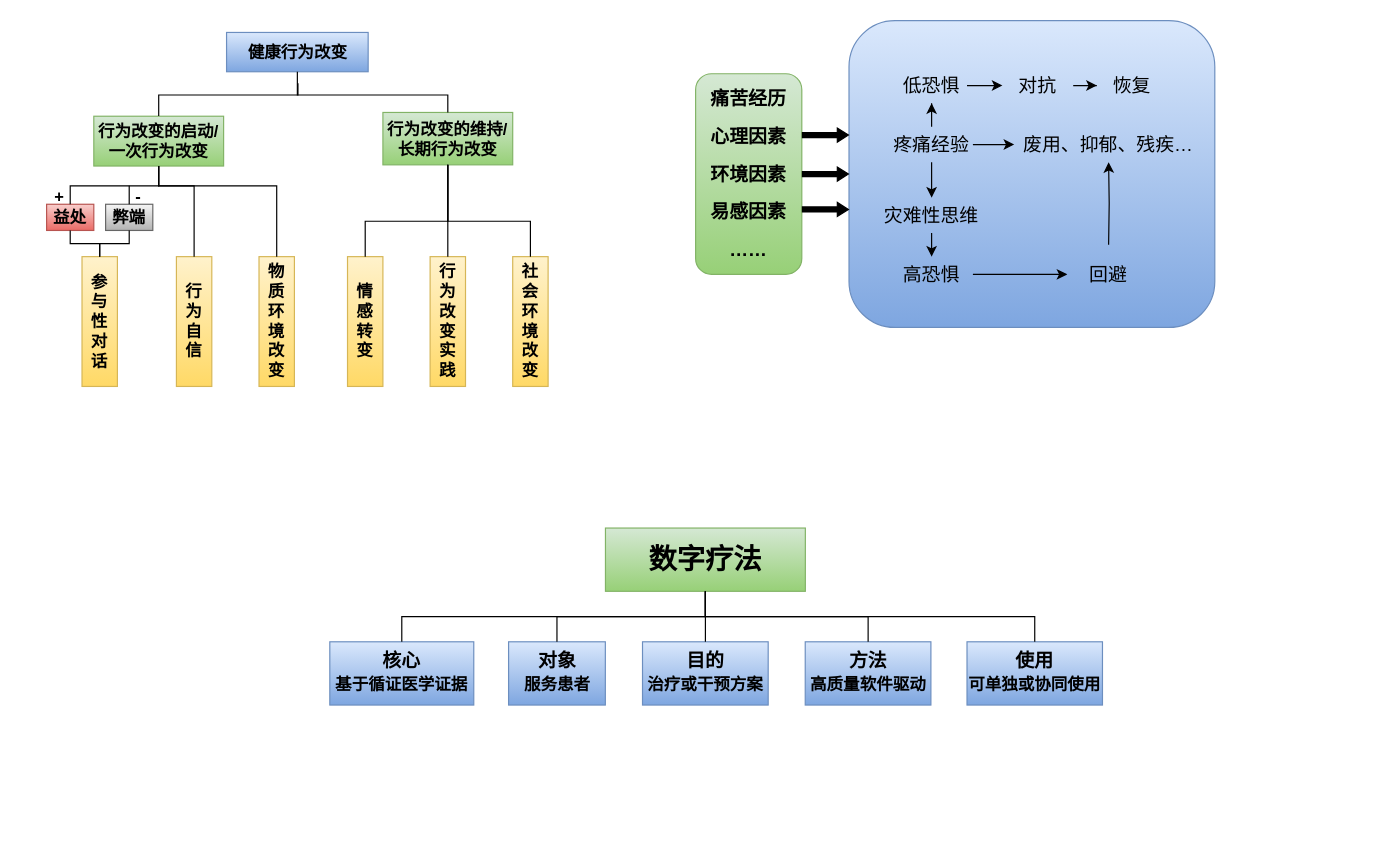
Before: page "第 1 页" (1 of 5) of t1.drawio in p1o2p3u1/draw_io_diagram, a draw.io diagram. Source tidied: cells renumbered, new cells numbered last; positions are measured from the earlier drawing's top-left corner, leaving out a move shared by most shapes. Both pictures are drawn from the tidied source at 118%, with x=0, y=0 at pixel (33, 20).
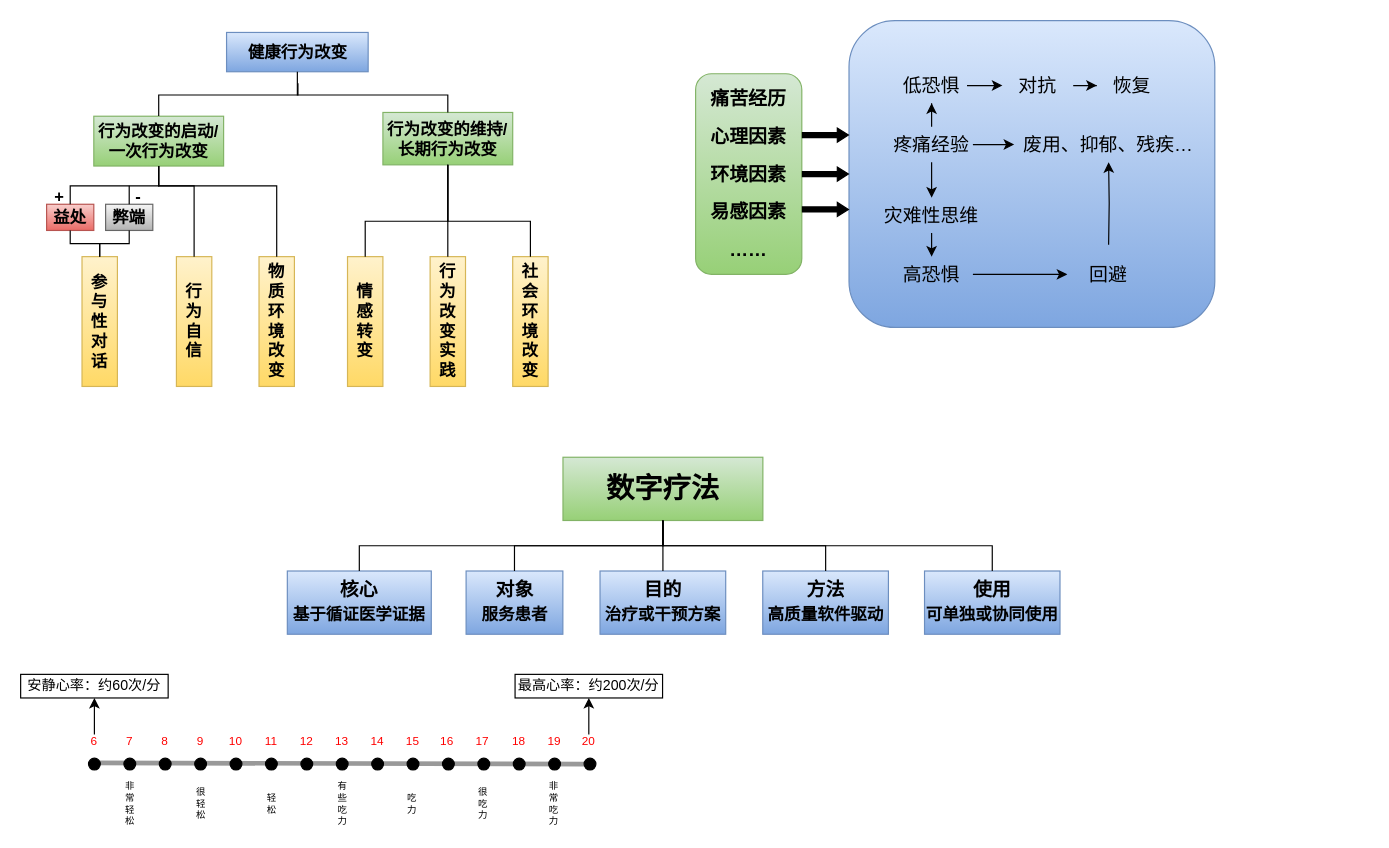
The same diagram, later.

The edit, as a diff of the source:
```diff
@@
     <mxCell id="47" style="group;" parent="1" vertex="1">
-      <mxGeometry x="101" y="390" width="1030" height="190" as="geometry" />
+      <mxGeometry x="65" y="330" width="1030" height="190" as="geometry" />
     </mxCell>
@@
+    <mxCell id="62" style="group;" parent="1" vertex="1">
+      <mxGeometry x="-11" y="554" width="544" height="130" as="geometry" />
+    </mxCell>
+    <mxCell id="63" style="endArrow=none;html=1;rounded=0;strokeWidth=4;fillColor=#f5f5f5;strokeColor=#999999;entryX=0.5;entryY=1;entryDx=0;entryDy=0;" parent="62" edge="1" target="89">
+      <mxGeometry relative="1" as="geometry">
+        <mxPoint x="59.5" y="75" as="sourcePoint" />
+      </mxGeometry>
+    </mxCell>
+    <mxCell id="64" value="安静心率：约60次/分" style="rounded=0;whiteSpace=wrap;html=1;" parent="62" vertex="1">
+      <mxGeometry width="125" height="20" as="geometry" />
+    </mxCell>
+    <mxCell id="65" style="edgeStyle=orthogonalEdgeStyle;rounded=0;jettySize=auto;html=1;" parent="62" edge="1" source="90" target="64">
+      <mxGeometry relative="1" as="geometry" />
+    </mxCell>
+    <mxCell id="66" value="最高心率：约200次/分" style="rounded=0;whiteSpace=wrap;html=1;" parent="62" vertex="1">
+      <mxGeometry x="419" width="125" height="20" as="geometry" />
+    </mxCell>
+    <mxCell id="67" style="edgeStyle=orthogonalEdgeStyle;rounded=0;jettySize=auto;html=1;" parent="62" edge="1" source="104" target="66">
+      <mxGeometry relative="1" as="geometry" />
+    </mxCell>
+    <mxCell id="68" value="非&lt;br style=&quot;font-size: 8px;&quot;&gt;常&lt;br style=&quot;font-size: 8px;&quot;&gt;轻&lt;br style=&quot;font-size: 8px;&quot;&gt;松" style="text;html=1;strokeColor=none;fillColor=none;align=center;verticalAlign=middle;whiteSpace=wrap;rounded=0;fontSize=8;" parent="62" vertex="1">
+      <mxGeometry x="87.5" y="90" width="10" height="40" as="geometry" />
+    </mxCell>
+    <mxCell id="69" value="很&lt;br style=&quot;font-size: 8px;&quot;&gt;轻&lt;br style=&quot;font-size: 8px;&quot;&gt;松" style="text;html=1;strokeColor=none;fillColor=none;align=center;verticalAlign=middle;whiteSpace=wrap;rounded=0;fontSize=8;" parent="62" vertex="1">
+      <mxGeometry x="147.5" y="90" width="10" height="40" as="geometry" />
+    </mxCell>
+    <mxCell id="70" value="轻&lt;br style=&quot;font-size: 8px;&quot;&gt;松" style="text;html=1;strokeColor=none;fillColor=none;align=center;verticalAlign=middle;whiteSpace=wrap;rounded=0;fontSize=8;" parent="62" vertex="1">
+      <mxGeometry x="207.5" y="90" width="10" height="40" as="geometry" />
+    </mxCell>
+    <mxCell id="71" value="有些吃力" style="text;html=1;strokeColor=none;fillColor=none;align=center;verticalAlign=middle;whiteSpace=wrap;rounded=0;fontSize=8;" parent="62" vertex="1">
+      <mxGeometry x="267.5" y="90" width="10" height="40" as="geometry" />
+    </mxCell>
+    <mxCell id="72" value="吃力" style="text;html=1;strokeColor=none;fillColor=none;align=center;verticalAlign=middle;whiteSpace=wrap;rounded=0;fontSize=8;" parent="62" vertex="1">
+      <mxGeometry x="326.5" y="90" width="10" height="40" as="geometry" />
+    </mxCell>
+    <mxCell id="73" value="很吃力" style="text;html=1;strokeColor=none;fillColor=none;align=center;verticalAlign=middle;whiteSpace=wrap;rounded=0;fontSize=8;" parent="62" vertex="1">
+      <mxGeometry x="386.5" y="90" width="10" height="40" as="geometry" />
+    </mxCell>
+    <mxCell id="74" value="非常吃力" style="text;html=1;strokeColor=none;fillColor=none;align=center;verticalAlign=middle;whiteSpace=wrap;rounded=0;fontSize=8;" parent="62" vertex="1">
+      <mxGeometry x="446.5" y="90" width="10" height="40" as="geometry" />
+    </mxCell>
+    <mxCell id="75" style="ellipse;whiteSpace=wrap;html=1;fillColor=#000000;direction=south;flipH=1;flipV=1;fontSize=10;" parent="62" vertex="1">
+      <mxGeometry x="57.5" y="71" width="10" height="10" as="geometry" />
+    </mxCell>
+    <mxCell id="76" style="ellipse;whiteSpace=wrap;html=1;fillColor=#000000;direction=south;flipH=1;flipV=1;fontSize=10;" parent="62" vertex="1">
+      <mxGeometry x="87.5" y="71" width="10" height="10" as="geometry" />
+    </mxCell>
+    <mxCell id="77" style="ellipse;whiteSpace=wrap;html=1;fillColor=#000000;direction=south;flipH=1;flipV=1;fontSize=10;" parent="62" vertex="1">
+      <mxGeometry x="117.5" y="71" width="10" height="10" as="geometry" />
+    </mxCell>
+    <mxCell id="78" style="ellipse;whiteSpace=wrap;html=1;fillColor=#000000;direction=south;flipH=1;flipV=1;fontSize=10;" parent="62" vertex="1">
+      <mxGeometry x="147.5" y="71" width="10" height="10" as="geometry" />
+    </mxCell>
+    <mxCell id="79" style="ellipse;whiteSpace=wrap;html=1;fillColor=#000000;direction=south;flipH=1;flipV=1;fontSize=10;" parent="62" vertex="1">
+      <mxGeometry x="177.5" y="71" width="10" height="10" as="geometry" />
+    </mxCell>
+    <mxCell id="80" style="ellipse;whiteSpace=wrap;html=1;fillColor=#000000;direction=south;flipH=1;flipV=1;fontSize=10;" parent="62" vertex="1">
+      <mxGeometry x="207.5" y="71" width="10" height="10" as="geometry" />
+    </mxCell>
+    <mxCell id="81" style="ellipse;whiteSpace=wrap;html=1;fillColor=#000000;direction=south;flipH=1;flipV=1;fontSize=10;" parent="62" vertex="1">
+      <mxGeometry x="237.5" y="71" width="10" height="10" as="geometry" />
+    </mxCell>
+    <mxCell id="82" style="ellipse;whiteSpace=wrap;html=1;fillColor=#000000;direction=south;flipH=1;flipV=1;fontSize=10;" parent="62" vertex="1">
+      <mxGeometry x="297.5" y="71" width="10" height="10" as="geometry" />
+    </mxCell>
+    <mxCell id="83" style="ellipse;whiteSpace=wrap;html=1;fillColor=#000000;direction=south;flipH=1;flipV=1;fontSize=10;" parent="62" vertex="1">
+      <mxGeometry x="267.5" y="71" width="10" height="10" as="geometry" />
+    </mxCell>
+    <mxCell id="84" style="ellipse;whiteSpace=wrap;html=1;fillColor=#000000;direction=south;flipH=1;flipV=1;fontSize=10;" parent="62" vertex="1">
+      <mxGeometry x="327.5" y="71" width="10" height="10" as="geometry" />
+    </mxCell>
+    <mxCell id="85" style="ellipse;whiteSpace=wrap;html=1;fillColor=#000000;direction=south;flipH=1;flipV=1;fontSize=10;" parent="62" vertex="1">
+      <mxGeometry x="357.5" y="71" width="10" height="10" as="geometry" />
+    </mxCell>
+    <mxCell id="86" style="ellipse;whiteSpace=wrap;html=1;fillColor=#000000;direction=south;flipH=1;flipV=1;fontSize=10;" parent="62" vertex="1">
+      <mxGeometry x="387.5" y="71" width="10" height="10" as="geometry" />
+    </mxCell>
+    <mxCell id="87" style="ellipse;whiteSpace=wrap;html=1;fillColor=#000000;direction=south;flipH=1;flipV=1;fontSize=10;" parent="62" vertex="1">
+      <mxGeometry x="417.5" y="71" width="10" height="10" as="geometry" />
+    </mxCell>
+    <mxCell id="88" style="ellipse;whiteSpace=wrap;html=1;fillColor=#000000;direction=south;flipH=1;flipV=1;fontSize=10;" parent="62" vertex="1">
+      <mxGeometry x="447.5" y="71" width="10" height="10" as="geometry" />
+    </mxCell>
+    <mxCell id="89" style="ellipse;whiteSpace=wrap;html=1;fillColor=#000000;direction=south;flipH=1;flipV=1;fontSize=10;" parent="62" vertex="1">
+      <mxGeometry x="477.5" y="71" width="10" height="10" as="geometry" />
+    </mxCell>
+    <mxCell id="90" value="6" style="text;html=1;strokeColor=none;fillColor=none;align=center;verticalAlign=middle;whiteSpace=wrap;rounded=0;fontColor=#FF0000;fontSize=10;" parent="62" vertex="1">
+      <mxGeometry x="60" y="51" width="5" height="10" as="geometry" />
+    </mxCell>
+    <mxCell id="91" value="7" style="text;html=1;strokeColor=none;fillColor=none;align=center;verticalAlign=middle;whiteSpace=wrap;rounded=0;fontColor=#FF0000;fontSize=10;" parent="62" vertex="1">
+      <mxGeometry x="90" y="51" width="5" height="10" as="geometry" />
+    </mxCell>
+    <mxCell id="92" value="8" style="text;html=1;strokeColor=none;fillColor=none;align=center;verticalAlign=middle;whiteSpace=wrap;rounded=0;fontColor=#FF0000;fontSize=10;" parent="62" vertex="1">
+      <mxGeometry x="119.5" y="51" width="5" height="10" as="geometry" />
+    </mxCell>
+    <mxCell id="93" value="9" style="text;html=1;strokeColor=none;fillColor=none;align=center;verticalAlign=middle;whiteSpace=wrap;rounded=0;fontColor=#FF0000;fontSize=10;" parent="62" vertex="1">
+      <mxGeometry x="149.5" y="51" width="5" height="10" as="geometry" />
+    </mxCell>
+    <mxCell id="94" value="10" style="text;html=1;strokeColor=none;fillColor=none;align=center;verticalAlign=middle;whiteSpace=wrap;rounded=0;fontColor=#FF0000;fontSize=10;" parent="62" vertex="1">
+      <mxGeometry x="180" y="51" width="5" height="10" as="geometry" />
+    </mxCell>
+    <mxCell id="95" value="11" style="text;html=1;strokeColor=none;fillColor=none;align=center;verticalAlign=middle;whiteSpace=wrap;rounded=0;fontColor=#FF0000;fontSize=10;" parent="62" vertex="1">
+      <mxGeometry x="210" y="51" width="5" height="10" as="geometry" />
+    </mxCell>
+    <mxCell id="96" value="12" style="text;html=1;strokeColor=none;fillColor=none;align=center;verticalAlign=middle;whiteSpace=wrap;rounded=0;fontColor=#FF0000;fontSize=10;" parent="62" vertex="1">
+      <mxGeometry x="239.5" y="51" width="5" height="10" as="geometry" />
+    </mxCell>
+    <mxCell id="97" value="13" style="text;html=1;strokeColor=none;fillColor=none;align=center;verticalAlign=middle;whiteSpace=wrap;rounded=0;fontColor=#FF0000;fontSize=10;" parent="62" vertex="1">
+      <mxGeometry x="269.5" y="51" width="5" height="10" as="geometry" />
+    </mxCell>
+    <mxCell id="98" value="14" style="text;html=1;strokeColor=none;fillColor=none;align=center;verticalAlign=middle;whiteSpace=wrap;rounded=0;fontColor=#FF0000;fontSize=10;" parent="62" vertex="1">
+      <mxGeometry x="299.5" y="51" width="5" height="10" as="geometry" />
+    </mxCell>
+    <mxCell id="99" value="15" style="text;html=1;strokeColor=none;fillColor=none;align=center;verticalAlign=middle;whiteSpace=wrap;rounded=0;fontColor=#FF0000;fontSize=10;" parent="62" vertex="1">
+      <mxGeometry x="329.5" y="51" width="5" height="10" as="geometry" />
+    </mxCell>
+    <mxCell id="100" value="16" style="text;html=1;strokeColor=none;fillColor=none;align=center;verticalAlign=middle;whiteSpace=wrap;rounded=0;fontColor=#FF0000;fontSize=10;" parent="62" vertex="1">
+      <mxGeometry x="359" y="51" width="5" height="10" as="geometry" />
+    </mxCell>
+    <mxCell id="101" value="17" style="text;html=1;strokeColor=none;fillColor=none;align=center;verticalAlign=middle;whiteSpace=wrap;rounded=0;fontColor=#FF0000;fontSize=10;" parent="62" vertex="1">
+      <mxGeometry x="389" y="51" width="5" height="10" as="geometry" />
+    </mxCell>
+    <mxCell id="102" value="18" style="text;html=1;strokeColor=none;fillColor=none;align=center;verticalAlign=middle;whiteSpace=wrap;rounded=0;fontColor=#FF0000;fontSize=10;" parent="62" vertex="1">
+      <mxGeometry x="419.5" y="51" width="5" height="10" as="geometry" />
+    </mxCell>
+    <mxCell id="103" value="19" style="text;html=1;strokeColor=none;fillColor=none;align=center;verticalAlign=middle;whiteSpace=wrap;rounded=0;fontColor=#FF0000;fontSize=10;" parent="62" vertex="1">
+      <mxGeometry x="449.5" y="51" width="5" height="10" as="geometry" />
+    </mxCell>
+    <mxCell id="104" value="20" style="text;html=1;strokeColor=none;fillColor=none;align=center;verticalAlign=middle;whiteSpace=wrap;rounded=0;fontColor=#FF0000;fontSize=10;" parent="62" vertex="1">
+      <mxGeometry x="479" y="51" width="5" height="10" as="geometry" />
+    </mxCell>
```
